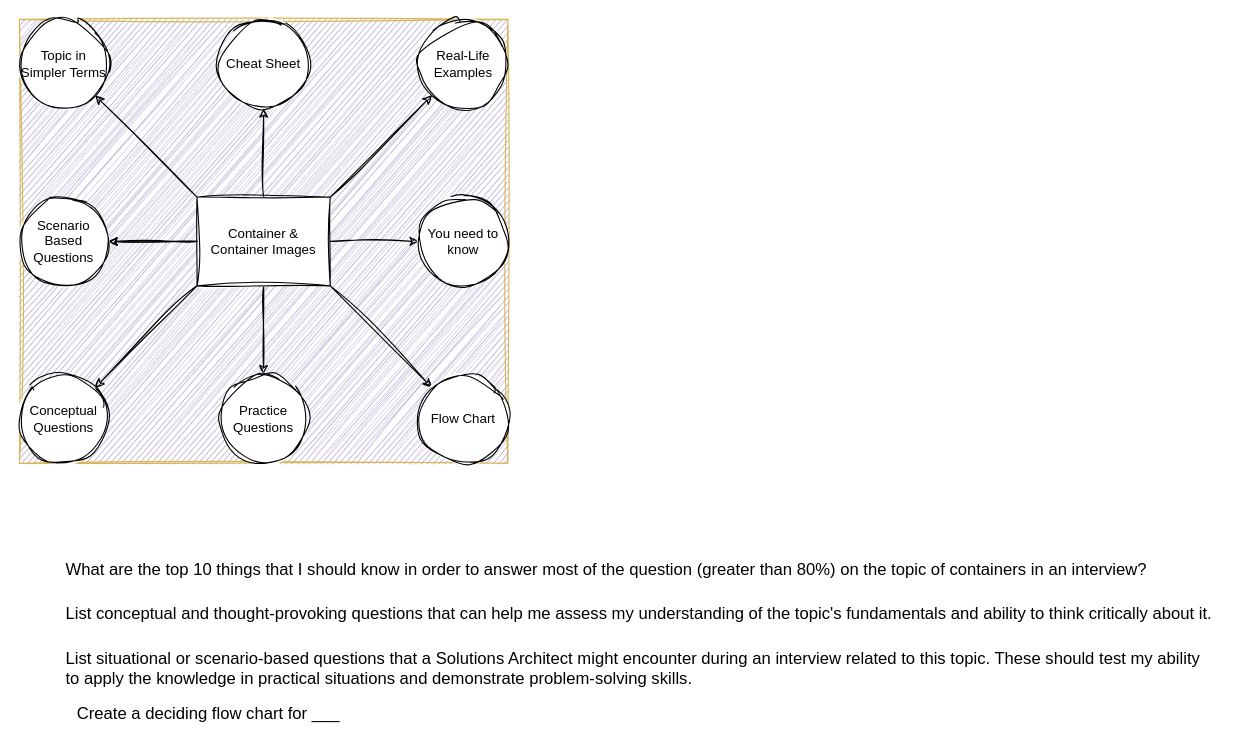
Above: page "Rough Work" (1 of 3) of Cloud/GCP/Architecting with Google Kubernetes Engine/Architecting with Google Kubernetes Engine: Foundations/Module 3: Introduction to Containers and Kubernetes.drawio in FilledVaccum/MindMaps (draw.io), before the change. Source tidied: cells renumbered, new cells numbered last; positions are measured from the earlier drawing's top-left corner, leaving out a move shared by most shapes. Both pictures are drawn from the tidied source at 111%, with x=0, y=0 at pixel (19, 19).
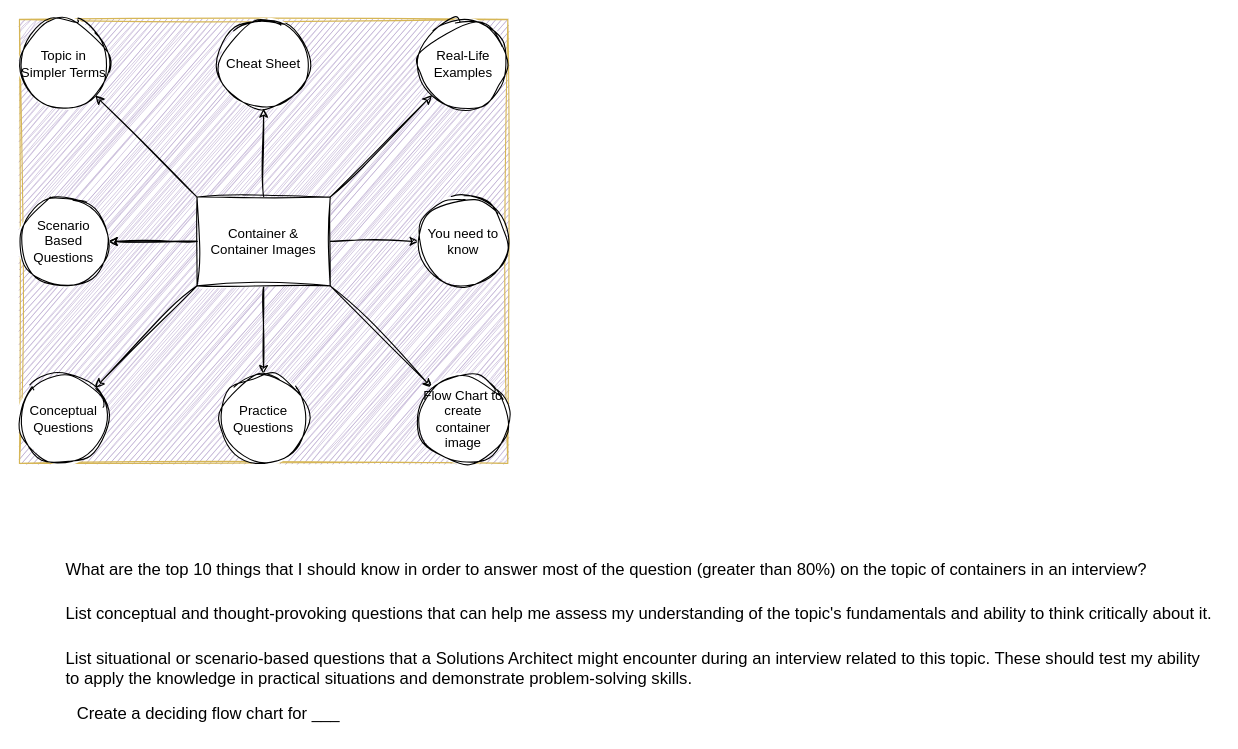
The same diagram, later.

Unchanged cells that the change refers to:
```xml
<mxCell id="2" style="group;" parent="1" vertex="1">
  <mxGeometry width="440" height="400" as="geometry" />
</mxCell>
```

Change to the diagram source:
```diff
@@
-    <mxCell id="19" value="Flow Chart " style="ellipse;whiteSpace=wrap;html=1;sketch=1;curveFitting=1;jiggle=2;" parent="2" vertex="1">
+    <mxCell id="19" value="Flow Chart to create container image" style="ellipse;whiteSpace=wrap;html=1;sketch=1;curveFitting=1;jiggle=2;" parent="2" vertex="1">
       <mxGeometry x="360" y="320" width="80" height="80" as="geometry" />
     </mxCell>
```
